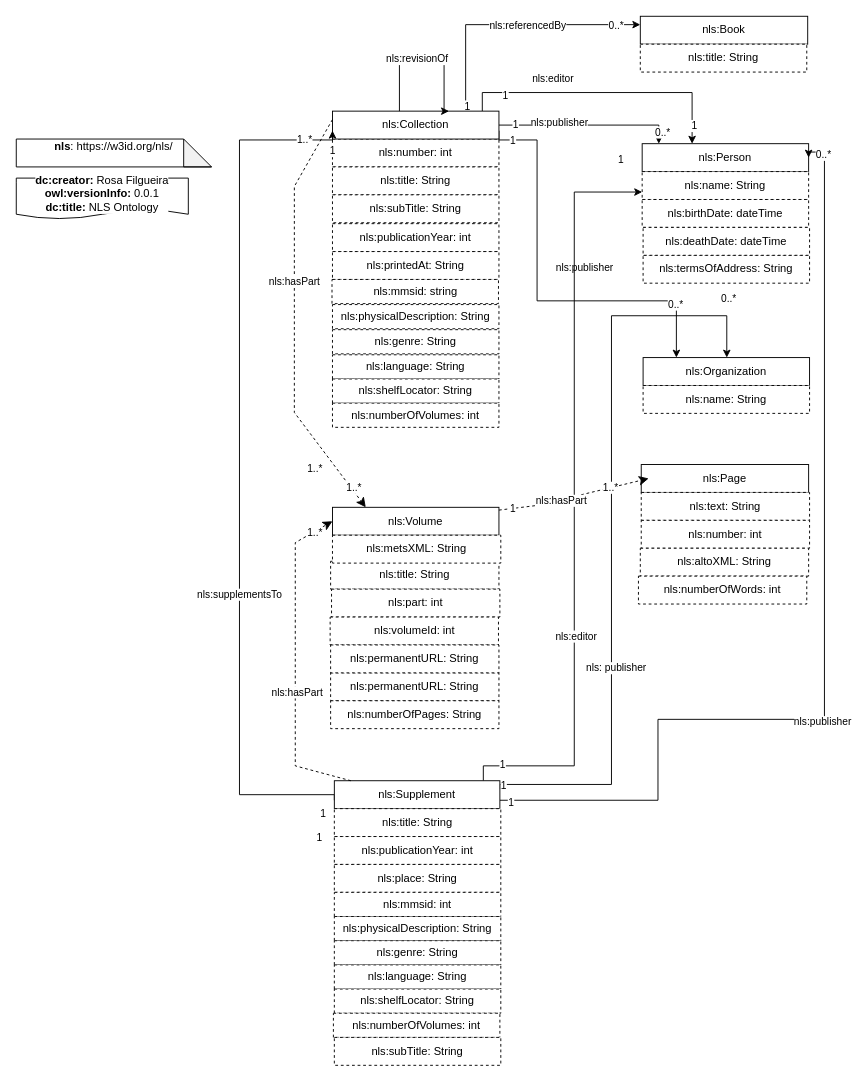
This is nls.drawio from francesNLP/NLS-ontology, a draw.io file, before an edit. Source tidied: cells renumbered, new cells numbered last; positions are measured from the earlier drawing's top-left corner, leaving out a move shared by most shapes. Both pictures are drawn from the tidied source at 93%, with x=0, y=0 at pixel (16, 16).
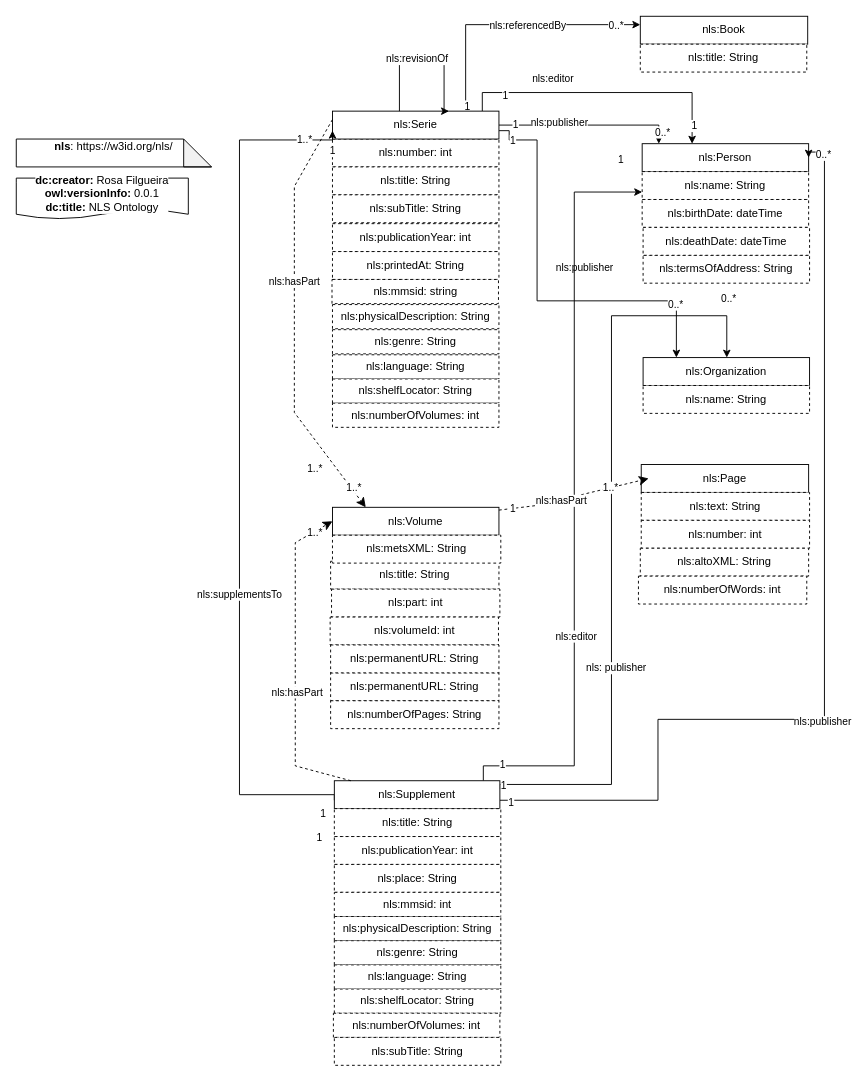
After the change.

The change refers to these unchanged cells:
```xml
<mxCell id="33" value="nls:Organization" style="rounded=0;whiteSpace=wrap;html=1;snapToPoint=1;points=[[0.1,0],[0.2,0],[0.3,0],[0.4,0],[0.5,0],[0.6,0],[0.7,0],[0.8,0],[0.9,0],[0,0.1],[0,0.3],[0,0.5],[0,0.7],[0,0.9],[0.1,1],[0.2,1],[0.3,1],[0.4,1],[0.5,1],[0.6,1],[0.7,1],[0.8,1],[0.9,1],[1,0.1],[1,0.3],[1,0.5],[1,0.7],[1,0.9]];" parent="1" vertex="1">
  <mxGeometry x="674" y="367" width="179" height="30" as="geometry" />
</mxCell>
```

What changed in the source:
```diff
@@
     <mxCell id="16" style="edgeStyle=orthogonalEdgeStyle;rounded=0;jettySize=auto;html=1;exitX=1;exitY=0.7;exitDx=0;exitDy=0;entryX=0.2;entryY=0;entryDx=0;entryDy=0;" parent="1" edge="1" source="20" target="33">
       <mxGeometry relative="1" as="geometry">
         <Array as="points">
+          <mxPoint x="530" y="123" />
+          <mxPoint x="530" y="133" />
           <mxPoint x="560" y="133" />
           <mxPoint x="560" y="306" />
           <mxPoint x="710" y="306" />
         </Array>
       </mxGeometry>
     </mxCell>
@@
-    <mxCell id="20" value="nls:Collection" style="rounded=0;whiteSpace=wrap;html=1;snapToPoint=1;points=[[0.1,0],[0.2,0],[0.3,0],[0.4,0],[0.5,0],[0.6,0],[0.7,0],[0.8,0],[0.9,0],[0,0.1],[0,0.3],[0,0.5],[0,0.7],[0,0.9],[0.1,1],[0.2,1],[0.3,1],[0.4,1],[0.5,1],[0.6,1],[0.7,1],[0.8,1],[0.9,1],[1,0.1],[1,0.3],[1,0.5],[1,0.7],[1,0.9]];" parent="1" vertex="1">
+    <mxCell id="20" value="nls:Serie" style="rounded=0;whiteSpace=wrap;html=1;snapToPoint=1;points=[[0.1,0],[0.2,0],[0.3,0],[0.4,0],[0.5,0],[0.6,0],[0.7,0],[0.8,0],[0.9,0],[0,0.1],[0,0.3],[0,0.5],[0,0.7],[0,0.9],[0.1,1],[0.2,1],[0.3,1],[0.4,1],[0.5,1],[0.6,1],[0.7,1],[0.8,1],[0.9,1],[1,0.1],[1,0.3],[1,0.5],[1,0.7],[1,0.9]];" parent="1" vertex="1">
       <mxGeometry x="340" y="102" width="179" height="30" as="geometry" />
     </mxCell>
```
